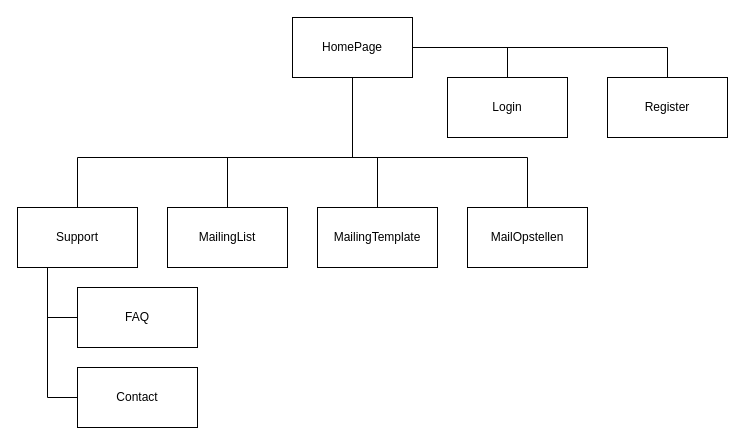
jack-jadoenath/MassaMailer keeps this draw.io diagram as documentation/SiteMap.drawio. Above is the earlier version. Source tidied: cells renumbered, new cells numbered last; positions are measured from the earlier drawing's top-left corner, leaving out a move shared by most shapes. Both pictures are drawn from the tidied source at 100%, with x=0, y=0 at pixel (17, 17).
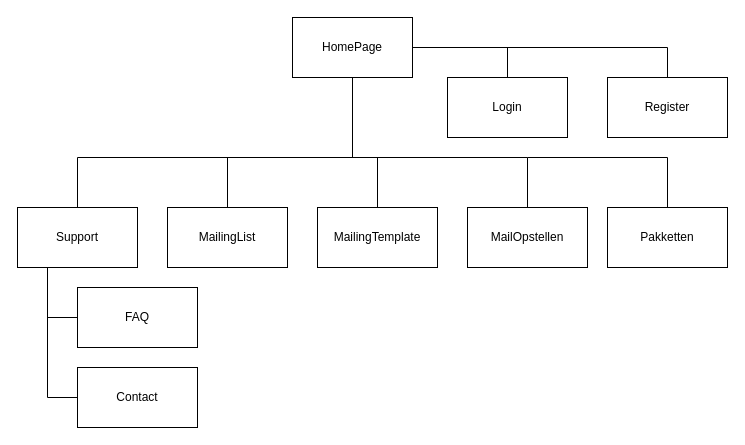
After the change.

The edit, as a diff of the source:
```diff
@@
+    <mxCell id="23" style="endArrow=none;html=1;rounded=0;" parent="1" edge="1" target="24">
+      <mxGeometry relative="1" as="geometry">
+        <mxPoint x="510" y="140" as="sourcePoint" />
+        <Array as="points">
+          <mxPoint x="650" y="140" />
+        </Array>
+      </mxGeometry>
+    </mxCell>
+    <mxCell id="24" value="Pakketten" style="rounded=0;whiteSpace=wrap;html=1;" parent="1" vertex="1">
+      <mxGeometry x="590" y="190" width="120" height="60" as="geometry" />
+    </mxCell>
```
